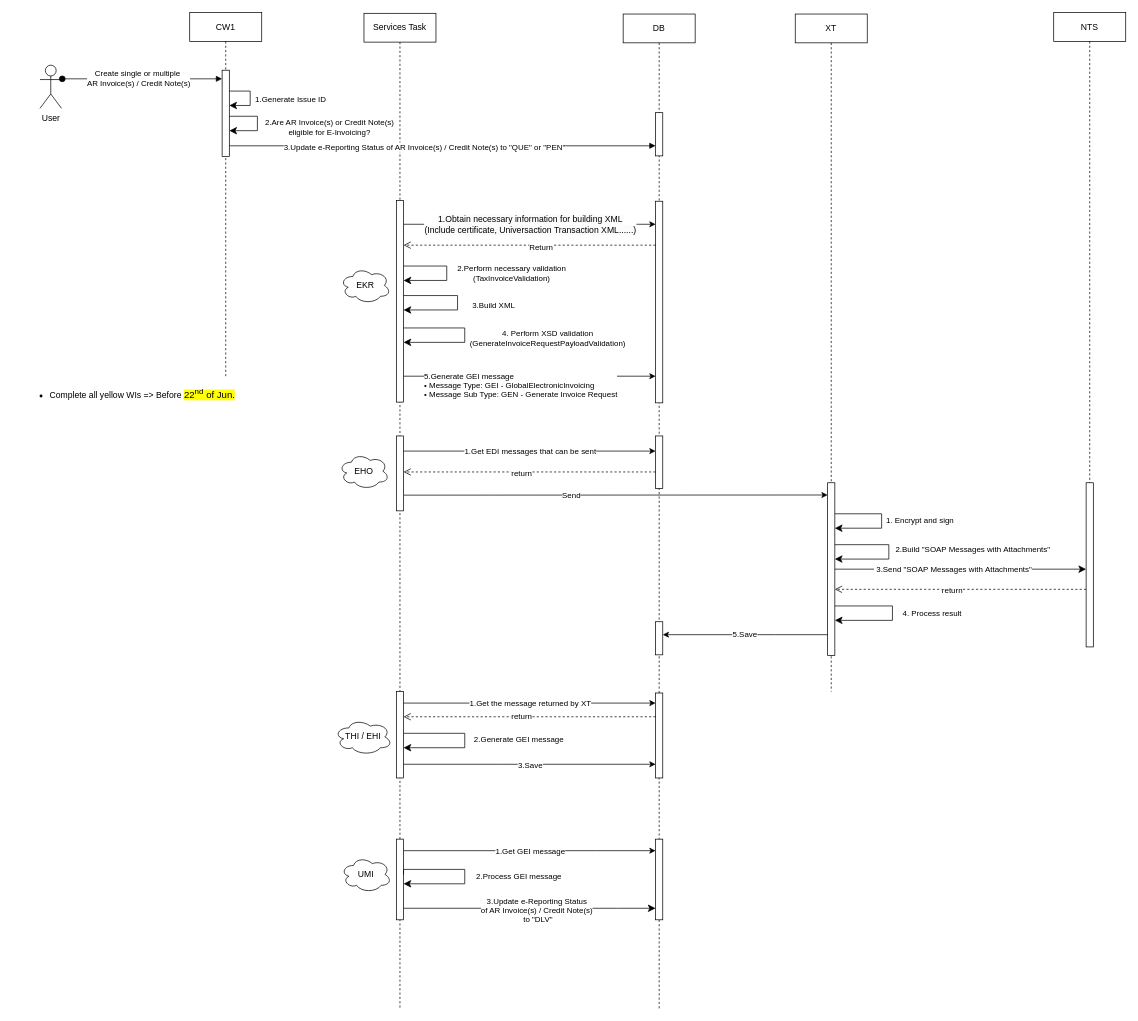
Above: Step1.drawio in JingwenLi/MyTestProjects (draw.io), before the change. Source tidied: cells renumbered, new cells numbered last; positions are measured from the earlier drawing's top-left corner, leaving out a move shared by most shapes. Both pictures are drawn from the tidied source at 72%, with x=0, y=0 at pixel (12, 12).
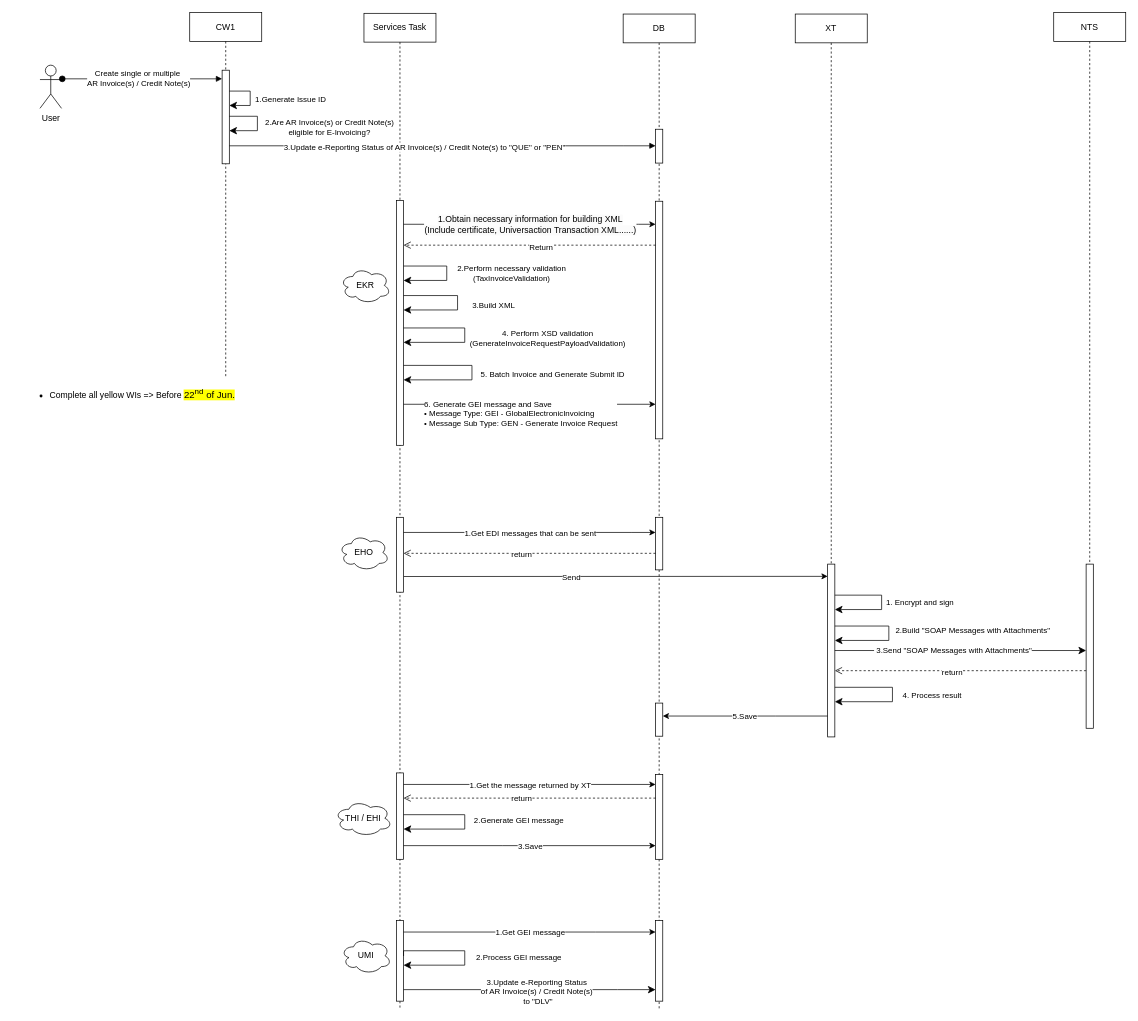
The same diagram, later.

Unchanged cells that the change refers to:
```xml
<mxCell id="4" value="Services Task" style="shape=umlLifeline;perimeter=lifelinePerimeter;whiteSpace=wrap;html=1;newEdgeStyle={&quot;edgeStyle&quot;:&quot;elbowEdgeStyle&quot;,&quot;elbow&quot;:&quot;vertical&quot;,&quot;curved&quot;:0,&quot;rounded&quot;:0};" parent="1" vertex="1">
  <mxGeometry x="488" y="1" width="100" height="1382" as="geometry" />
</mxCell>
<mxCell id="17" value="DB" style="shape=umlLifeline;perimeter=lifelinePerimeter;whiteSpace=wrap;html=1;newEdgeStyle={&quot;edgeStyle&quot;:&quot;elbowEdgeStyle&quot;,&quot;elbow&quot;:&quot;vertical&quot;,&quot;curved&quot;:0,&quot;rounded&quot;:0};" parent="1" vertex="1">
  <mxGeometry x="848" y="2" width="100" height="1381" as="geometry" />
</mxCell>
<mxCell id="24" value="NTS" style="shape=umlLifeline;perimeter=lifelinePerimeter;whiteSpace=wrap;html=1;newEdgeStyle={&quot;edgeStyle&quot;:&quot;elbowEdgeStyle&quot;,&quot;elbow&quot;:&quot;vertical&quot;,&quot;curved&quot;:0,&quot;rounded&quot;:0};" parent="1" vertex="1">
  <mxGeometry x="1446" width="100" height="830" as="geometry" />
</mxCell>
<mxCell id="26" value="XT" style="shape=umlLifeline;perimeter=lifelinePerimeter;whiteSpace=wrap;html=1;newEdgeStyle={&quot;edgeStyle&quot;:&quot;elbowEdgeStyle&quot;,&quot;elbow&quot;:&quot;vertical&quot;,&quot;curved&quot;:0,&quot;rounded&quot;:0};" parent="1" vertex="1">
  <mxGeometry x="1087" y="2" width="100" height="941" as="geometry" />
</mxCell>
<mxCell id="31" value="CW1" style="shape=umlLifeline;perimeter=lifelinePerimeter;whiteSpace=wrap;html=1;newEdgeStyle={&quot;edgeStyle&quot;:&quot;elbowEdgeStyle&quot;,&quot;elbow&quot;:&quot;vertical&quot;,&quot;curved&quot;:0,&quot;rounded&quot;:0};" parent="1" vertex="1">
  <mxGeometry x="246" width="100" height="508" as="geometry" />
</mxCell>
```

Diff of the diagram source:
```diff
@@
     <mxCell id="2" style="edgeStyle=elbowEdgeStyle;rounded=0;orthogonalLoop=1;jettySize=auto;html=1;elbow=vertical;curved=0;" parent="1" edge="1">
       <mxGeometry relative="1" as="geometry">
-        <mxPoint x="543" y="670.2" as="sourcePoint" />
-        <mxPoint x="1132" y="670.2" as="targetPoint" />
+        <mxPoint x="543" y="783.2" as="sourcePoint" />
+        <mxPoint x="1132" y="783.2" as="targetPoint" />
       </mxGeometry>
     </mxCell>
@@
     <mxCell id="5" style="html=1;points=[];perimeter=orthogonalPerimeter;outlineConnect=0;targetShapes=umlLifeline;portConstraint=eastwest;newEdgeStyle={&quot;edgeStyle&quot;:&quot;elbowEdgeStyle&quot;,&quot;elbow&quot;:&quot;vertical&quot;,&quot;curved&quot;:0,&quot;rounded&quot;:0};" parent="4" vertex="1">
-      <mxGeometry x="45" y="260" width="10" height="280" as="geometry" />
+      <mxGeometry x="45" y="260" width="10" height="340" as="geometry" />
     </mxCell>
     <mxCell id="6" style="html=1;points=[];perimeter=orthogonalPerimeter;outlineConnect=0;targetShapes=umlLifeline;portConstraint=eastwest;newEdgeStyle={&quot;edgeStyle&quot;:&quot;elbowEdgeStyle&quot;,&quot;elbow&quot;:&quot;vertical&quot;,&quot;curved&quot;:0,&quot;rounded&quot;:0};" parent="4" vertex="1">
-      <mxGeometry x="45" y="587" width="10" height="104" as="geometry" />
+      <mxGeometry x="45" y="700" width="10" height="104" as="geometry" />
     </mxCell>
     <mxCell id="7" style="html=1;points=[];perimeter=orthogonalPerimeter;outlineConnect=0;targetShapes=umlLifeline;portConstraint=eastwest;newEdgeStyle={&quot;edgeStyle&quot;:&quot;elbowEdgeStyle&quot;,&quot;elbow&quot;:&quot;vertical&quot;,&quot;curved&quot;:0,&quot;rounded&quot;:0};" parent="4" vertex="1">
-      <mxGeometry x="45" y="942" width="10" height="120" as="geometry" />
+      <mxGeometry x="45" y="1055" width="10" height="120" as="geometry" />
     </mxCell>
     <mxCell id="8" style="html=1;points=[];perimeter=orthogonalPerimeter;outlineConnect=0;targetShapes=umlLifeline;portConstraint=eastwest;newEdgeStyle={&quot;edgeStyle&quot;:&quot;elbowEdgeStyle&quot;,&quot;elbow&quot;:&quot;vertical&quot;,&quot;curved&quot;:0,&quot;rounded&quot;:0};" parent="4" vertex="1">
-      <mxGeometry x="45" y="1147" width="10" height="112" as="geometry" />
+      <mxGeometry x="45" y="1260" width="10" height="112" as="geometry" />
     </mxCell>
@@
     <mxCell id="12" value="2.Process GEI message" style="edgeStyle=segmentEdgeStyle;endArrow=classic;html=1;curved=0;rounded=0;endSize=8;startSize=8;exitX=1;exitY=0.163;exitDx=0;exitDy=0;exitPerimeter=0;" parent="4" edge="1">
       <mxGeometry x="0.04" y="75" relative="1" as="geometry">
-        <mxPoint x="55" y="1196.3" as="sourcePoint" />
-        <mxPoint x="55" y="1209" as="targetPoint" />
+        <mxPoint x="55" y="1309.3" as="sourcePoint" />
+        <mxPoint x="55" y="1322" as="targetPoint" />
         <Array as="points">
-          <mxPoint x="140" y="1189" />
-          <mxPoint x="140" y="1209" />
+          <mxPoint x="140" y="1302" />
+          <mxPoint x="140" y="1322" />
         </Array>
         <mxPoint y="-1" as="offset" />
       </mxGeometry>
     </mxCell>
     <mxCell id="13" value="2.Generate GEI message" style="edgeStyle=segmentEdgeStyle;endArrow=classic;html=1;curved=0;rounded=0;endSize=8;startSize=8;" parent="4" edge="1">
       <mxGeometry x="-0.03" y="75" relative="1" as="geometry">
-        <mxPoint x="55" y="1000" as="sourcePoint" />
-        <mxPoint x="55" y="1020" as="targetPoint" />
+        <mxPoint x="55" y="1113" as="sourcePoint" />
+        <mxPoint x="55" y="1133" as="targetPoint" />
         <Array as="points">
-          <mxPoint x="140" y="1000" />
-          <mxPoint x="140" y="1020" />
+          <mxPoint x="140" y="1113" />
+          <mxPoint x="140" y="1133" />
         </Array>
         <mxPoint y="1" as="offset" />
       </mxGeometry>
     </mxCell>
+    <mxCell id="66" value="5. Batch Invoice and Generate Submit ID" style="edgeStyle=segmentEdgeStyle;endArrow=classic;html=1;curved=0;rounded=0;endSize=8;startSize=8;" parent="4" edge="1">
+      <mxGeometry x="0.03" y="112" relative="1" as="geometry">
+        <mxPoint x="55" y="489" as="sourcePoint" />
+        <mxPoint x="55" y="509.1" as="targetPoint" />
+        <Array as="points">
+          <mxPoint x="150" y="489" />
+          <mxPoint x="150" y="509" />
+        </Array>
+      </mxGeometry>
+    </mxCell>
@@
     <mxCell id="18" style="html=1;points=[];perimeter=orthogonalPerimeter;outlineConnect=0;targetShapes=umlLifeline;portConstraint=eastwest;newEdgeStyle={&quot;edgeStyle&quot;:&quot;elbowEdgeStyle&quot;,&quot;elbow&quot;:&quot;vertical&quot;,&quot;curved&quot;:0,&quot;rounded&quot;:0};" parent="17" vertex="1">
-      <mxGeometry x="45" y="137" width="10" height="60" as="geometry" />
+      <mxGeometry x="45" y="160" width="10" height="47" as="geometry" />
     </mxCell>
     <mxCell id="19" style="html=1;points=[];perimeter=orthogonalPerimeter;outlineConnect=0;targetShapes=umlLifeline;portConstraint=eastwest;newEdgeStyle={&quot;edgeStyle&quot;:&quot;elbowEdgeStyle&quot;,&quot;elbow&quot;:&quot;vertical&quot;,&quot;curved&quot;:0,&quot;rounded&quot;:0};" parent="17" vertex="1">
-      <mxGeometry x="45" y="586" width="10" height="73" as="geometry" />
+      <mxGeometry x="45" y="699" width="10" height="73" as="geometry" />
     </mxCell>
     <mxCell id="20" style="html=1;points=[];perimeter=orthogonalPerimeter;outlineConnect=0;targetShapes=umlLifeline;portConstraint=eastwest;newEdgeStyle={&quot;edgeStyle&quot;:&quot;elbowEdgeStyle&quot;,&quot;elbow&quot;:&quot;vertical&quot;,&quot;curved&quot;:0,&quot;rounded&quot;:0};" parent="17" vertex="1">
-      <mxGeometry x="45" y="943" width="10" height="118" as="geometry" />
+      <mxGeometry x="45" y="1056" width="10" height="118" as="geometry" />
     </mxCell>
     <mxCell id="21" style="html=1;points=[];perimeter=orthogonalPerimeter;outlineConnect=0;targetShapes=umlLifeline;portConstraint=eastwest;newEdgeStyle={&quot;edgeStyle&quot;:&quot;elbowEdgeStyle&quot;,&quot;elbow&quot;:&quot;vertical&quot;,&quot;curved&quot;:0,&quot;rounded&quot;:0};" parent="17" vertex="1">
-      <mxGeometry x="45" y="1146" width="10" height="112" as="geometry" />
+      <mxGeometry x="45" y="1259" width="10" height="112" as="geometry" />
     </mxCell>
     <mxCell id="22" style="html=1;points=[];perimeter=orthogonalPerimeter;outlineConnect=0;targetShapes=umlLifeline;portConstraint=eastwest;newEdgeStyle={&quot;edgeStyle&quot;:&quot;elbowEdgeStyle&quot;,&quot;elbow&quot;:&quot;vertical&quot;,&quot;curved&quot;:0,&quot;rounded&quot;:0};" parent="17" vertex="1">
-      <mxGeometry x="45" y="844" width="10" height="46" as="geometry" />
+      <mxGeometry x="45" y="957" width="10" height="46" as="geometry" />
     </mxCell>
     <mxCell id="23" style="html=1;points=[];perimeter=orthogonalPerimeter;outlineConnect=0;targetShapes=umlLifeline;portConstraint=eastwest;newEdgeStyle={&quot;edgeStyle&quot;:&quot;elbowEdgeStyle&quot;,&quot;elbow&quot;:&quot;vertical&quot;,&quot;curved&quot;:0,&quot;rounded&quot;:0};" parent="17" vertex="1">
-      <mxGeometry x="45" y="260" width="10" height="280" as="geometry" />
+      <mxGeometry x="45" y="260" width="10" height="330" as="geometry" />
     </mxCell>
@@
     <mxCell id="25" style="html=1;points=[];perimeter=orthogonalPerimeter;outlineConnect=0;targetShapes=umlLifeline;portConstraint=eastwest;newEdgeStyle={&quot;edgeStyle&quot;:&quot;elbowEdgeStyle&quot;,&quot;elbow&quot;:&quot;vertical&quot;,&quot;curved&quot;:0,&quot;rounded&quot;:0};" parent="24" vertex="1">
-      <mxGeometry x="45" y="653" width="10" height="228" as="geometry" />
+      <mxGeometry x="45" y="766" width="10" height="228" as="geometry" />
     </mxCell>
@@
     <mxCell id="27" style="html=1;points=[];perimeter=orthogonalPerimeter;outlineConnect=0;targetShapes=umlLifeline;portConstraint=eastwest;newEdgeStyle={&quot;edgeStyle&quot;:&quot;elbowEdgeStyle&quot;,&quot;elbow&quot;:&quot;vertical&quot;,&quot;curved&quot;:0,&quot;rounded&quot;:0};" parent="26" vertex="1">
-      <mxGeometry x="45" y="651" width="10" height="240" as="geometry" />
+      <mxGeometry x="45" y="764" width="10" height="240" as="geometry" />
     </mxCell>
     <mxCell id="28" value="1. Encrypt and sign" style="edgeStyle=segmentEdgeStyle;endArrow=classic;html=1;curved=0;rounded=0;endSize=8;startSize=8;" parent="26" edge="1">
       <mxGeometry y="53" relative="1" as="geometry">
-        <mxPoint x="55" y="694.1" as="sourcePoint" />
-        <mxPoint x="55" y="714.1" as="targetPoint" />
+        <mxPoint x="55" y="807.1" as="sourcePoint" />
+        <mxPoint x="55" y="827.1" as="targetPoint" />
         <Array as="points">
-          <mxPoint x="120" y="694" />
-          <mxPoint x="120" y="714" />
+          <mxPoint x="120" y="807" />
+          <mxPoint x="120" y="827" />
         </Array>
       </mxGeometry>
     </mxCell>
     <mxCell id="29" value="&amp;nbsp;2.Build &quot;SOAP Messages with&amp;nbsp;Attachments&quot;" style="edgeStyle=segmentEdgeStyle;endArrow=classic;html=1;curved=0;rounded=0;endSize=8;startSize=8;" parent="26" edge="1">
       <mxGeometry x="-0.05" y="115" relative="1" as="geometry">
-        <mxPoint x="55" y="737" as="sourcePoint" />
-        <mxPoint x="55" y="757" as="targetPoint" />
+        <mxPoint x="55" y="850" as="sourcePoint" />
+        <mxPoint x="55" y="870" as="targetPoint" />
         <Array as="points">
-          <mxPoint x="130" y="737" />
-          <mxPoint x="130" y="757" />
+          <mxPoint x="130" y="850" />
+          <mxPoint x="130" y="870" />
         </Array>
       </mxGeometry>
     </mxCell>
     <mxCell id="30" value="4. Process result" style="edgeStyle=segmentEdgeStyle;endArrow=classic;html=1;curved=0;rounded=0;endSize=8;startSize=8;" parent="26" edge="1">
       <mxGeometry x="0.01" y="55" relative="1" as="geometry">
-        <mxPoint x="55" y="822.1" as="sourcePoint" />
-        <mxPoint x="55" y="842.1" as="targetPoint" />
+        <mxPoint x="55" y="935.1" as="sourcePoint" />
+        <mxPoint x="55" y="955.1" as="targetPoint" />
         <Array as="points">
-          <mxPoint x="135" y="822" />
-          <mxPoint x="135" y="842" />
+          <mxPoint x="135" y="935" />
+          <mxPoint x="135" y="955" />
         </Array>
       </mxGeometry>
     </mxCell>
@@
     <mxCell id="32" style="html=1;points=[];perimeter=orthogonalPerimeter;outlineConnect=0;targetShapes=umlLifeline;portConstraint=eastwest;newEdgeStyle={&quot;edgeStyle&quot;:&quot;elbowEdgeStyle&quot;,&quot;elbow&quot;:&quot;vertical&quot;,&quot;curved&quot;:0,&quot;rounded&quot;:0};" parent="31" vertex="1">
-      <mxGeometry x="45" y="80" width="10" height="120" as="geometry" />
+      <mxGeometry x="45" y="80" width="10" height="130" as="geometry" />
     </mxCell>
@@
     <mxCell id="35" style="edgeStyle=elbowEdgeStyle;rounded=0;orthogonalLoop=1;jettySize=auto;html=1;elbow=vertical;curved=0;" parent="1" edge="1">
       <mxGeometry relative="1" as="geometry">
-        <mxPoint x="543" y="505" as="sourcePoint" />
-        <mxPoint x="893" y="505" as="targetPoint" />
+        <mxPoint x="543" y="544" as="sourcePoint" />
+        <mxPoint x="893" y="544" as="targetPoint" />
         <Array as="points">
-          <mxPoint x="779" y="505" />
-          <mxPoint x="829" y="543" />
-          <mxPoint x="789" y="523" />
-          <mxPoint x="829" y="543" />
-          <mxPoint x="849" y="453" />
-          <mxPoint x="829" y="473" />
-          <mxPoint x="864" y="413" />
-          <mxPoint x="824" y="403" />
-          <mxPoint x="624" y="353" />
-          <mxPoint x="654" y="343" />
+          <mxPoint x="779" y="544" />
+          <mxPoint x="829" y="582" />
+          <mxPoint x="789" y="562" />
+          <mxPoint x="829" y="582" />
+          <mxPoint x="849" y="492" />
+          <mxPoint x="829" y="512" />
+          <mxPoint x="864" y="452" />
+          <mxPoint x="824" y="442" />
+          <mxPoint x="624" y="392" />
+          <mxPoint x="654" y="382" />
         </Array>
       </mxGeometry>
     </mxCell>
-    <mxCell id="36" value="&lt;div&gt;5.Generate GEI message&lt;/div&gt;&lt;div&gt;• Message Type: GEI - GlobalElectronicInvoicing&lt;/div&gt;&lt;div&gt;• Message Sub Type: GEN - Generate Invoice Request&lt;/div&gt;" style="edgeLabel;html=1;align=left;verticalAlign=middle;" parent="35" vertex="1">
+    <mxCell id="36" value="&lt;div&gt;6. Generate GEI message and Save&lt;/div&gt;&lt;div&gt;• Message Type: GEI - GlobalElectronicInvoicing&lt;/div&gt;&lt;div&gt;• Message Sub Type: GEN - Generate Invoice Request&lt;/div&gt;" style="edgeLabel;html=1;align=left;verticalAlign=middle;" parent="35" vertex="1">
       <mxGeometry x="-0.04" y="1" relative="1" as="geometry">
         <mxPoint x="-141" y="13" as="offset" />
       </mxGeometry>
     </mxCell>
@@
     <mxCell id="38" value="EHO" style="ellipse;shape=cloud;whiteSpace=wrap;html=1;" parent="1" vertex="1">
-      <mxGeometry x="453" y="612" width="70" height="50" as="geometry" />
+      <mxGeometry x="453" y="725" width="70" height="50" as="geometry" />
     </mxCell>
     <mxCell id="39" value="THI / EHI" style="ellipse;shape=cloud;whiteSpace=wrap;html=1;" parent="1" vertex="1">
-      <mxGeometry x="447" y="981" width="80" height="50" as="geometry" />
+      <mxGeometry x="447" y="1094" width="80" height="50" as="geometry" />
     </mxCell>
     <mxCell id="40" value="UMI" style="ellipse;shape=cloud;whiteSpace=wrap;html=1;" parent="1" vertex="1">
-      <mxGeometry x="456" y="1172" width="70" height="50" as="geometry" />
+      <mxGeometry x="456" y="1285" width="70" height="50" as="geometry" />
     </mxCell>
@@
     <mxCell id="45" style="edgeStyle=elbowEdgeStyle;rounded=0;jettySize=auto;html=1;elbow=vertical;curved=0;" parent="1" edge="1" source="6" target="19">
       <mxGeometry x="0.12" y="10" relative="1" as="geometry">
         <Array as="points">
-          <mxPoint x="859" y="609" />
+          <mxPoint x="859" y="722" />
         </Array>
       </mxGeometry>
     </mxCell>
@@
     <mxCell id="49" style="html=1;verticalAlign=bottom;endArrow=open;dashed=1;endSize=8;edgeStyle=elbowEdgeStyle;elbow=vertical;curved=0;rounded=0;" parent="1" edge="1" source="19" target="6">
       <mxGeometry x="-0.11" y="-15" relative="1" as="geometry">
         <Array as="points">
-          <mxPoint x="810" y="638" />
-          <mxPoint x="900" y="702" />
+          <mxPoint x="810" y="751" />
+          <mxPoint x="900" y="815" />
         </Array>
       </mxGeometry>
     </mxCell>
@@
     <mxCell id="51" style="edgeStyle=elbowEdgeStyle;rounded=0;jettySize=auto;html=1;elbow=vertical;curved=0;" parent="1" edge="1" source="7" target="20">
       <mxGeometry x="0.12" y="10" relative="1" as="geometry">
         <Array as="points">
-          <mxPoint x="729" y="959" />
+          <mxPoint x="729" y="1072" />
         </Array>
       </mxGeometry>
     </mxCell>
@@
     <mxCell id="53" style="html=1;verticalAlign=bottom;endArrow=open;dashed=1;endSize=8;edgeStyle=elbowEdgeStyle;elbow=vertical;curved=0;rounded=0;" parent="1" edge="1" source="25" target="27">
       <mxGeometry x="-0.11" y="-15" relative="1" as="geometry">
         <Array as="points">
-          <mxPoint x="1319" y="801" />
+          <mxPoint x="1319" y="914" />
         </Array>
       </mxGeometry>
     </mxCell>
@@
     <mxCell id="56" value="5.Save" style="edgeStyle=elbowEdgeStyle;rounded=0;jettySize=auto;html=1;elbow=vertical;curved=0;" parent="1" edge="1" source="27" target="22">
       <mxGeometry relative="1" as="geometry">
         <Array as="points">
-          <mxPoint x="1060" y="864" />
-          <mxPoint x="1039" y="929" />
+          <mxPoint x="1060" y="977" />
+          <mxPoint x="1039" y="1042" />
         </Array>
       </mxGeometry>
     </mxCell>
     <mxCell id="57" style="html=1;verticalAlign=bottom;endArrow=open;dashed=1;endSize=8;edgeStyle=elbowEdgeStyle;elbow=vertical;curved=0;rounded=0;" parent="1" edge="1" source="20" target="7">
       <mxGeometry x="-0.11" y="-15" relative="1" as="geometry">
         <Array as="points">
-          <mxPoint x="839" y="978" />
-          <mxPoint x="899" y="968" />
+          <mxPoint x="839" y="1091" />
+          <mxPoint x="899" y="1081" />
         </Array>
       </mxGeometry>
     </mxCell>
@@
     <mxCell id="59" style="edgeStyle=segmentEdgeStyle;endArrow=classic;html=1;curved=0;rounded=0;endSize=8;startSize=8;" parent="1" edge="1" source="8" target="21">
       <mxGeometry x="-0.08" y="-3" relative="1" as="geometry">
         <Array as="points">
-          <mxPoint x="840" y="1244" />
-          <mxPoint x="840" y="1244" />
+          <mxPoint x="840" y="1357" />
+          <mxPoint x="840" y="1357" />
         </Array>
       </mxGeometry>
     </mxCell>
@@
     <mxCell id="61" style="edgeStyle=elbowEdgeStyle;rounded=0;jettySize=auto;html=1;elbow=vertical;curved=0;" parent="1" edge="1" source="8" target="21">
       <mxGeometry x="0.12" y="10" relative="1" as="geometry">
         <Array as="points">
-          <mxPoint x="810" y="1164" />
-          <mxPoint x="748" y="1052.4" />
+          <mxPoint x="810" y="1277" />
+          <mxPoint x="748" y="1165.4" />
         </Array>
       </mxGeometry>
     </mxCell>
@@
     <mxCell id="63" style="edgeStyle=elbowEdgeStyle;rounded=0;jettySize=auto;html=1;elbow=vertical;curved=0;" parent="1" edge="1" source="7" target="20">
       <mxGeometry x="0.12" y="10" relative="1" as="geometry">
         <Array as="points">
-          <mxPoint x="680" y="1044" />
-          <mxPoint x="609" y="1094" />
-          <mxPoint x="549" y="1094" />
+          <mxPoint x="680" y="1157" />
+          <mxPoint x="609" y="1207" />
+          <mxPoint x="549" y="1207" />
         </Array>
       </mxGeometry>
     </mxCell>
```
